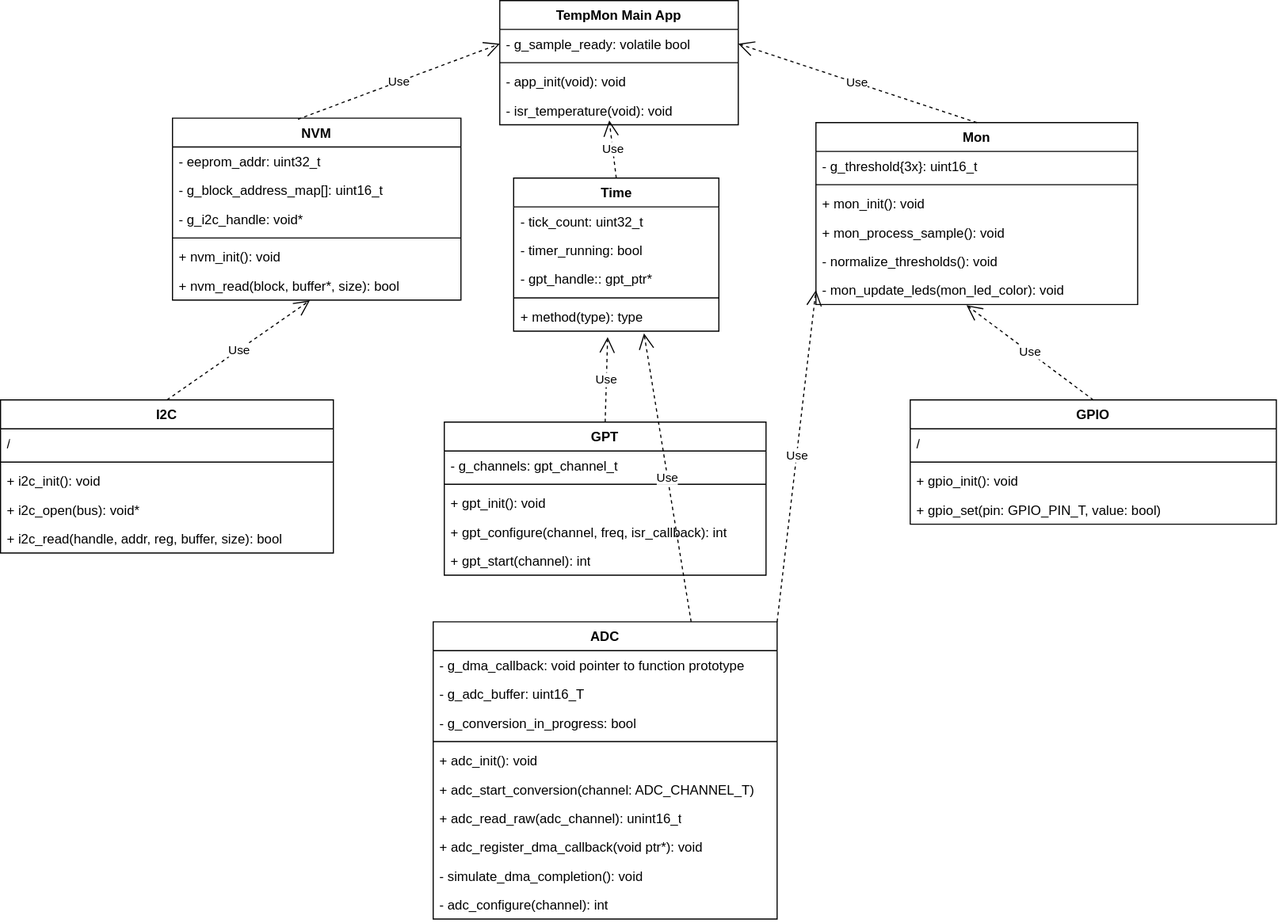
Earlier version of the draw.io export arch/swe3/class_diagram.drawio.svg (zbe711/TempMon). Source tidied: cells renumbered, new cells last; positions are measured from the earlier drawing's top-left corner, leaving out a move shared by most shapes.
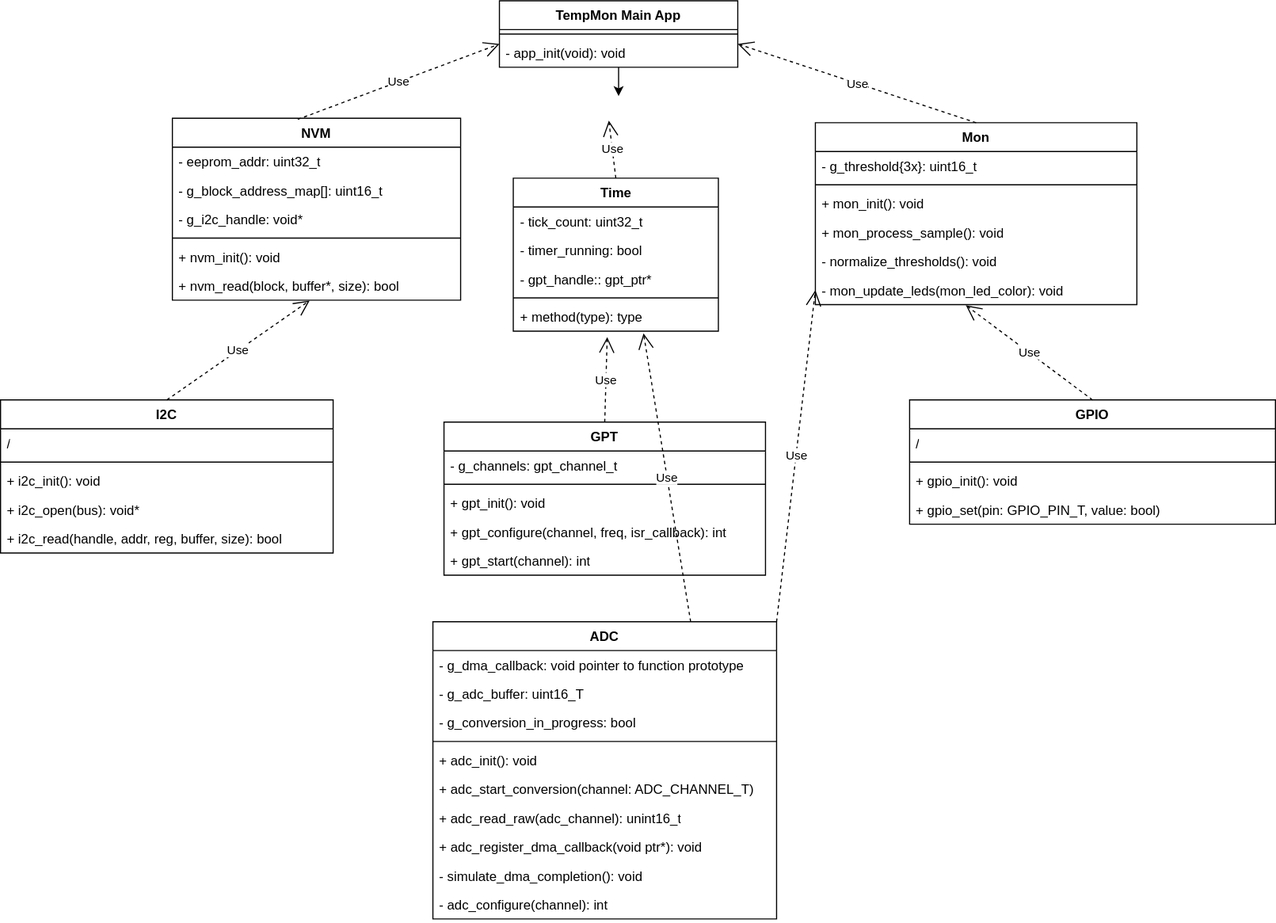
Later version of the same file.

Commit message:
Adapt class diagram for the main application

Change to the diagram source:
```diff
@@ -63,23 +63,19 @@
       <mxGeometry y="138" width="290" height="26" as="geometry" />
     </mxCell>
     <mxCell id="22" value="TempMon Main App" style="swimlane;fontStyle=1;align=center;verticalAlign=top;horizontal=1;startSize=26;whiteSpace=wrap;html=1;" parent="1" vertex="1">
-      <mxGeometry x="450" width="215" height="112" as="geometry" />
+      <mxGeometry x="450" width="215" height="60" as="geometry" />
     </mxCell>
-    <mxCell id="23" value="- g_sample_ready: volatile bool" style="text;strokeColor=none;fillColor=none;align=left;verticalAlign=top;spacingLeft=4;spacingRight=4;overflow=hidden;points=[[0,0.5],[1,0.5]];portConstraint=eastwest;whiteSpace=wrap;html=1;" parent="22" vertex="1">
-      <mxGeometry y="26" width="215" height="26" as="geometry" />
-    </mxCell>
     <mxCell id="24" style="line;strokeWidth=1;fillColor=none;align=left;verticalAlign=middle;spacingTop=-1;spacingLeft=3;spacingRight=3;labelPosition=right;strokeColor=inherit;" parent="22" vertex="1">
-      <mxGeometry y="52" width="215" height="8" as="geometry" />
+      <mxGeometry y="26" width="215" height="8" as="geometry" />
     </mxCell>
     <mxCell id="25" value="- app_init(void): void" style="text;strokeColor=none;fillColor=none;align=left;verticalAlign=top;spacingLeft=4;spacingRight=4;overflow=hidden;points=[[0,0.5],[1,0.5]];portConstraint=eastwest;whiteSpace=wrap;html=1;" parent="22" vertex="1">
-      <mxGeometry y="60" width="215" height="26" as="geometry" />
+      <mxGeometry y="34" width="215" height="26" as="geometry" />
     </mxCell>
-    <mxCell id="26" style="edgeStyle=none;html=1;" parent="22" edge="1" source="25" target="27">
-      <mxGeometry relative="1" as="geometry" />
+    <mxCell id="26" style="edgeStyle=none;html=1;" parent="22" edge="1" source="25">
+      <mxGeometry relative="1" as="geometry">
+        <mxPoint x="107.5" y="86" as="targetPoint" />
+      </mxGeometry>
     </mxCell>
-    <mxCell id="27" value="- isr_temperature(void): void" style="text;strokeColor=none;fillColor=none;align=left;verticalAlign=top;spacingLeft=4;spacingRight=4;overflow=hidden;points=[[0,0.5],[1,0.5]];portConstraint=eastwest;whiteSpace=wrap;html=1;" parent="22" vertex="1">
-      <mxGeometry y="86" width="215" height="26" as="geometry" />
-    </mxCell>
     <mxCell id="28" value="GPT" style="swimlane;fontStyle=1;align=center;verticalAlign=top;horizontal=1;startSize=26;whiteSpace=wrap;html=1;" parent="1" vertex="1">
       <mxGeometry x="400" y="380" width="290" height="138" as="geometry" />
     </mxCell>
@@ -164,14 +160,20 @@
     <mxCell id="55" value="+ i2c_read(handle, addr, reg, buffer, size): bool" style="text;strokeColor=none;fillColor=none;align=left;verticalAlign=top;spacingLeft=4;spacingRight=4;overflow=hidden;whiteSpace=wrap;html=1;" parent="50" vertex="1">
       <mxGeometry y="112" width="300" height="26" as="geometry" />
     </mxCell>
-    <mxCell id="56" value="Use" style="endArrow=open;endSize=12;dashed=1;html=1;exitX=0.435;exitY=0.006;exitDx=0;exitDy=0;exitPerimeter=0;entryX=0;entryY=0.5;entryDx=0;entryDy=0;" parent="1" edge="1" source="2" target="23">
-      <mxGeometry relative="1" as="geometry" />
+    <mxCell id="56" value="Use" style="endArrow=open;endSize=12;dashed=1;html=1;exitX=0.435;exitY=0.006;exitDx=0;exitDy=0;exitPerimeter=0;entryX=0;entryY=0.5;entryDx=0;entryDy=0;" parent="1" edge="1" source="2">
+      <mxGeometry relative="1" as="geometry">
+        <mxPoint x="450" y="39" as="targetPoint" />
+      </mxGeometry>
     </mxCell>
-    <mxCell id="57" value="Use" style="endArrow=open;endSize=12;dashed=1;html=1;exitX=0.5;exitY=0;exitDx=0;exitDy=0;entryX=0.459;entryY=0.849;entryDx=0;entryDy=0;entryPerimeter=0;" parent="1" edge="1" source="9" target="27">
-      <mxGeometry relative="1" as="geometry" />
+    <mxCell id="57" value="Use" style="endArrow=open;endSize=12;dashed=1;html=1;exitX=0.5;exitY=0;exitDx=0;exitDy=0;entryX=0.459;entryY=0.849;entryDx=0;entryDy=0;entryPerimeter=0;" parent="1" edge="1" source="9">
+      <mxGeometry relative="1" as="geometry">
+        <mxPoint x="548.7" y="108.1" as="targetPoint" />
+      </mxGeometry>
     </mxCell>
-    <mxCell id="58" value="Use" style="endArrow=open;endSize=12;dashed=1;html=1;exitX=0.5;exitY=0;exitDx=0;exitDy=0;entryX=1;entryY=0.5;entryDx=0;entryDy=0;" parent="1" edge="1" source="15" target="23">
-      <mxGeometry relative="1" as="geometry" />
+    <mxCell id="58" value="Use" style="endArrow=open;endSize=12;dashed=1;html=1;exitX=0.5;exitY=0;exitDx=0;exitDy=0;entryX=1;entryY=0.5;entryDx=0;entryDy=0;" parent="1" edge="1" source="15">
+      <mxGeometry relative="1" as="geometry">
+        <mxPoint x="665" y="39" as="targetPoint" />
+      </mxGeometry>
     </mxCell>
     <mxCell id="59" value="Use" style="endArrow=open;endSize=12;dashed=1;html=1;exitX=0.5;exitY=0;exitDx=0;exitDy=0;entryX=0.458;entryY=1.205;entryDx=0;entryDy=0;entryPerimeter=0;" parent="1" edge="1" source="28" target="14">
       <mxGeometry relative="1" as="geometry" />
```
